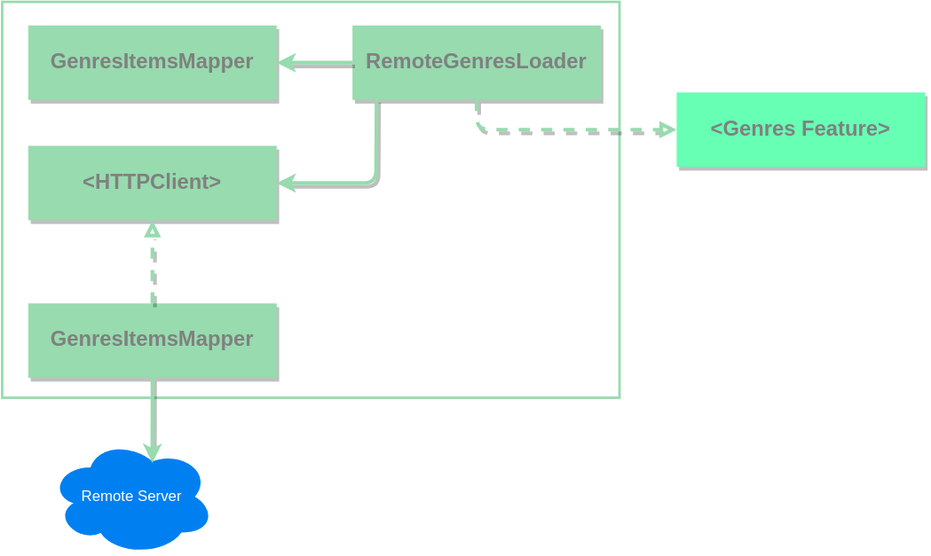
Above: Podcasts Genres List/Genres List UI/dependency.drawio.svg in alexnikol/AnyCast (draw.io), before the change. Source tidied: cells renumbered, new cells last; positions are measured from the earlier drawing's top-left corner, leaving out a move shared by most shapes.
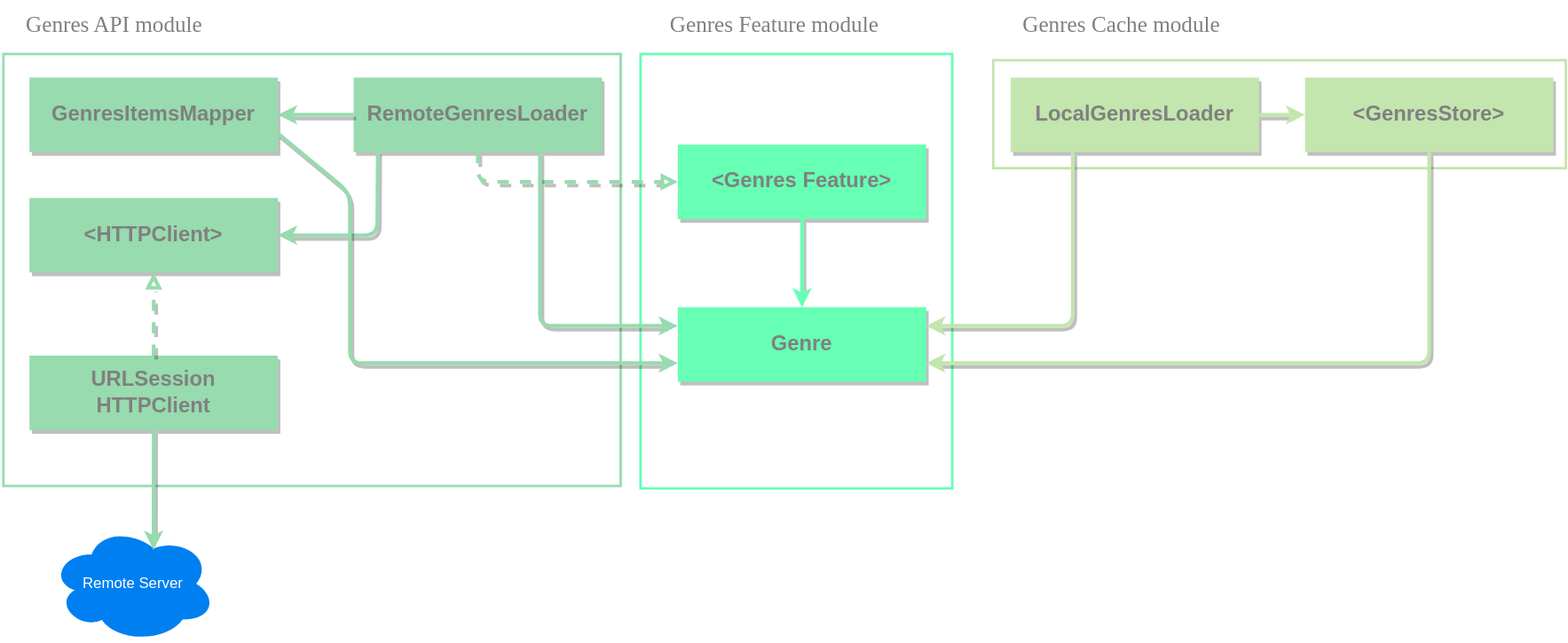
Above is the later version.

Commit message:
Updated dependency diagram

What changed in the source:
```diff
@@ -2,8 +2,14 @@
   <root>
     <mxCell id="0" />
     <mxCell id="1" parent="0" />
+    <mxCell id="17" style="rounded=0;whiteSpace=wrap;html=1;strokeWidth=2;strokeColor=#C3E5AE;fillColor=none;" parent="1" vertex="1">
+      <mxGeometry x="797" y="5" width="461" height="87" as="geometry" />
+    </mxCell>
+    <mxCell id="18" style="rounded=0;whiteSpace=wrap;html=1;strokeWidth=2;strokeColor=#66FFB3;fillColor=none;" parent="1" vertex="1">
+      <mxGeometry x="513" width="251" height="350" as="geometry" />
+    </mxCell>
     <mxCell id="2" style="rounded=0;whiteSpace=wrap;html=1;strokeWidth=2;strokeColor=#97DBAE;fillColor=none;" parent="1" vertex="1">
-      <mxGeometry width="497" height="319" as="geometry" />
+      <mxGeometry width="497" height="348" as="geometry" />
     </mxCell>
     <mxCell id="3" style="edgeStyle=orthogonalEdgeStyle;rounded=0;orthogonalLoop=1;jettySize=auto;html=1;exitX=0.5;exitY=0.5;exitDx=0;exitDy=0;exitPerimeter=0;" parent="1" edge="1">
       <mxGeometry relative="1" as="geometry">
@@ -42,7 +48,7 @@
         </Array>
       </mxGeometry>
     </mxCell>
-    <mxCell id="12" value="GenresItemsMapper" style="rounded=0;whiteSpace=wrap;html=1;fontSize=17;fontColor=#808080;strokeColor=none;strokeWidth=3;fillColor=#97DBAE;fontStyle=1;gradientColor=none;shadow=1;" parent="1" vertex="1">
+    <mxCell id="12" value="URLSession&lt;br&gt;HTTPClient" style="rounded=0;whiteSpace=wrap;html=1;fontSize=17;fontColor=#808080;strokeColor=none;strokeWidth=3;fillColor=#97DBAE;fontStyle=1;gradientColor=none;shadow=1;" parent="1" vertex="1">
       <mxGeometry x="21" y="243" width="200" height="60" as="geometry" />
     </mxCell>
     <mxCell id="13" style="edgeStyle=none;html=1;exitX=0.5;exitY=0;exitDx=0;exitDy=0;fontSize=17;fontColor=#999900;strokeColor=#97DBAE;fillColor=#a20025;strokeWidth=3;rounded=1;dashed=1;shadow=1;endArrow=block;endFill=0;entryX=0.5;entryY=1;entryDx=0;entryDy=0;" parent="1" edge="1" source="12" target="10">
@@ -56,7 +62,7 @@
       </mxGeometry>
     </mxCell>
     <mxCell id="15" value="Remote Server" style="ellipse;shape=cloud;whiteSpace=wrap;html=1;align=center;strokeColor=#0080F0;strokeWidth=2;fillColor=#0080F0;fontColor=#fff;" parent="1" vertex="1">
-      <mxGeometry x="39" y="353" width="131" height="92" as="geometry" />
+      <mxGeometry x="39" y="381" width="131" height="92" as="geometry" />
     </mxCell>
     <mxCell id="16" style="edgeStyle=none;html=1;exitX=0.5;exitY=1;exitDx=0;exitDy=0;fontSize=17;fontColor=#999900;strokeColor=#97DBAE;fillColor=#a20025;strokeWidth=3;shadow=1;entryX=0.625;entryY=0.2;entryDx=0;entryDy=0;entryPerimeter=0;" parent="1" edge="1" source="12" target="15">
       <mxGeometry relative="1" as="geometry">
@@ -65,5 +71,58 @@
         </Array>
       </mxGeometry>
     </mxCell>
+    <mxCell id="19" value="&lt;font style=&quot;font-size: 18px&quot;&gt;Genres API module&lt;/font&gt;" style="text;html=1;strokeColor=none;fillColor=none;align=center;verticalAlign=middle;whiteSpace=wrap;rounded=0;fontFamily=Verdana;fontSize=18;fontColor=#808080;" parent="1" vertex="1">
+      <mxGeometry x="-2" y="-43" width="183" height="40" as="geometry" />
+    </mxCell>
+    <mxCell id="20" value="LocalGenresLoader" style="rounded=0;whiteSpace=wrap;html=1;fontSize=17;fontColor=#808080;strokeColor=none;strokeWidth=3;fillColor=#C3E5AE;fontStyle=1;gradientColor=none;shadow=1;" parent="1" vertex="1">
+      <mxGeometry x="811" y="19" width="200" height="60" as="geometry" />
+    </mxCell>
+    <mxCell id="21" value="&amp;lt;GenresStore&amp;gt;" style="rounded=0;whiteSpace=wrap;html=1;fontSize=17;fontColor=#808080;strokeColor=none;strokeWidth=3;fillColor=#C3E5AE;fontStyle=1;gradientColor=none;shadow=1;" parent="1" vertex="1">
+      <mxGeometry x="1048" y="19" width="200" height="60" as="geometry" />
+    </mxCell>
+    <mxCell id="22" style="edgeStyle=none;html=1;exitX=1;exitY=0.5;exitDx=0;exitDy=0;fontSize=17;fontColor=#999900;strokeColor=#C3E5AE;fillColor=#a20025;strokeWidth=3;shadow=1;entryX=0;entryY=0.5;entryDx=0;entryDy=0;" parent="1" edge="1" source="20" target="21">
+      <mxGeometry relative="1" as="geometry" />
+    </mxCell>
+    <mxCell id="23" value="Genre" style="rounded=0;whiteSpace=wrap;html=1;fontSize=17;fontColor=#808080;strokeColor=none;strokeWidth=3;fillColor=#66FFB3;fontStyle=1;gradientColor=none;shadow=1;" parent="1" vertex="1">
+      <mxGeometry x="543" y="204" width="200" height="60" as="geometry" />
+    </mxCell>
+    <mxCell id="24" style="edgeStyle=none;html=1;exitX=0.5;exitY=1;exitDx=0;exitDy=0;fontSize=17;fontColor=#999900;strokeColor=#66FFB3;fillColor=#a20025;strokeWidth=3;shadow=1;entryX=0.5;entryY=0;entryDx=0;entryDy=0;" parent="1" edge="1" source="6" target="23">
+      <mxGeometry relative="1" as="geometry" />
+    </mxCell>
+    <mxCell id="25" style="edgeStyle=none;html=1;exitX=0.75;exitY=1;exitDx=0;exitDy=0;fontSize=17;fontColor=#999900;strokeColor=#97DBAE;fillColor=#a20025;strokeWidth=3;shadow=1;entryX=0;entryY=0.25;entryDx=0;entryDy=0;" parent="1" edge="1" source="8" target="23">
+      <mxGeometry relative="1" as="geometry">
+        <Array as="points">
+          <mxPoint x="432" y="219" />
+        </Array>
+      </mxGeometry>
+    </mxCell>
+    <mxCell id="26" style="edgeStyle=none;html=1;exitX=1;exitY=0.75;exitDx=0;exitDy=0;fontSize=17;fontColor=#999900;strokeColor=#97DBAE;fillColor=#a20025;strokeWidth=3;shadow=1;entryX=0;entryY=0.75;entryDx=0;entryDy=0;" parent="1" edge="1" source="7" target="23">
+      <mxGeometry relative="1" as="geometry">
+        <Array as="points">
+          <mxPoint x="279" y="112" />
+          <mxPoint x="279" y="249" />
+        </Array>
+      </mxGeometry>
+    </mxCell>
+    <mxCell id="27" style="edgeStyle=none;html=1;exitX=0.25;exitY=1;exitDx=0;exitDy=0;fontSize=17;fontColor=#999900;strokeColor=#C3E5AE;fillColor=#a20025;strokeWidth=3;shadow=1;entryX=1;entryY=0.25;entryDx=0;entryDy=0;" parent="1" edge="1" source="20" target="23">
+      <mxGeometry relative="1" as="geometry">
+        <Array as="points">
+          <mxPoint x="861" y="219" />
+        </Array>
+      </mxGeometry>
+    </mxCell>
+    <mxCell id="28" style="edgeStyle=none;html=1;exitX=0.5;exitY=1;exitDx=0;exitDy=0;fontSize=17;fontColor=#999900;strokeColor=#C3E5AE;fillColor=#a20025;strokeWidth=3;shadow=1;entryX=1;entryY=0.75;entryDx=0;entryDy=0;" parent="1" edge="1" source="21" target="23">
+      <mxGeometry relative="1" as="geometry">
+        <Array as="points">
+          <mxPoint x="1148" y="249" />
+        </Array>
+      </mxGeometry>
+    </mxCell>
+    <mxCell id="29" value="&lt;font style=&quot;font-size: 18px&quot;&gt;Genres Cache module&lt;/font&gt;" style="text;html=1;strokeColor=none;fillColor=none;align=center;verticalAlign=middle;whiteSpace=wrap;rounded=0;fontFamily=Verdana;fontSize=18;fontColor=#808080;" parent="1" vertex="1">
+      <mxGeometry x="797" y="-43" width="207" height="40" as="geometry" />
+    </mxCell>
+    <mxCell id="30" value="&lt;font style=&quot;font-size: 18px&quot;&gt;Genres Feature module&lt;/font&gt;" style="text;html=1;strokeColor=none;fillColor=none;align=center;verticalAlign=middle;whiteSpace=wrap;rounded=0;fontFamily=Verdana;fontSize=18;fontColor=#808080;" parent="1" vertex="1">
+      <mxGeometry x="513" y="-43" width="216" height="40" as="geometry" />
+    </mxCell>
   </root>
 </mxGraphModel>
```
